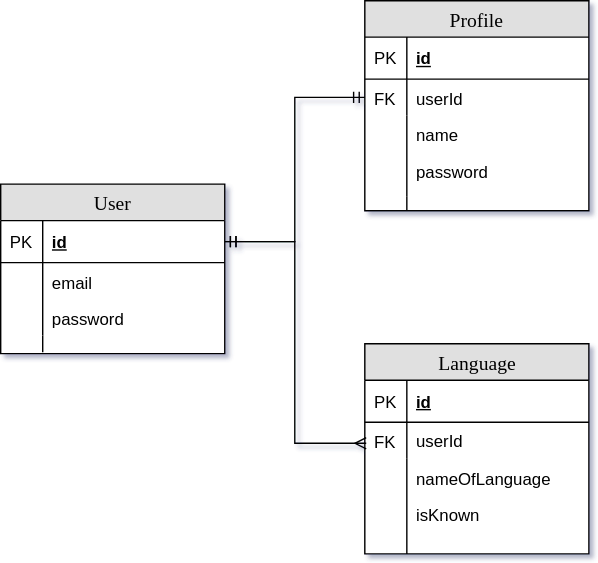
Earlier version of the draw.io export Langder ER.svg (Rahul-Lal/boilerplate-knex). Source tidied: cells renumbered, new cells last; positions are measured from the earlier drawing's top-left corner, leaving out a move shared by most shapes.
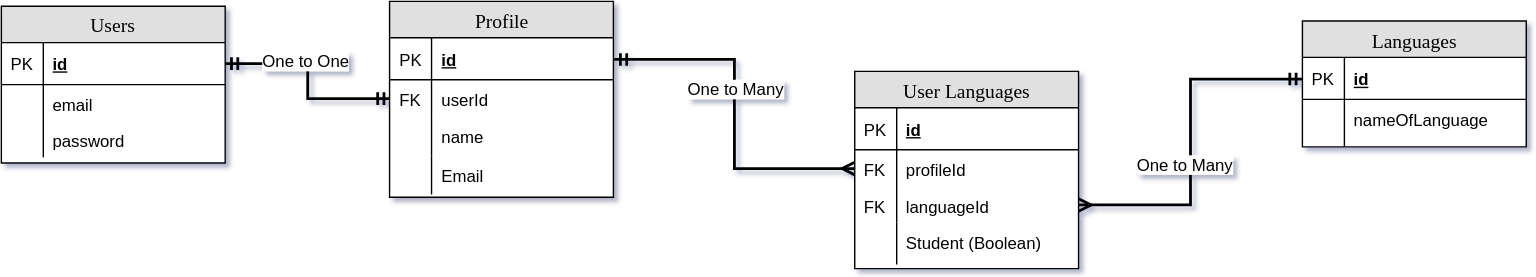
The same file after the commit.

Change to the diagram source:
```diff
@@ -2,8 +2,8 @@
   <root>
     <mxCell id="0" />
     <mxCell id="1" parent="0" />
-    <mxCell id="2" value="User" style="swimlane;html=1;fontStyle=0;horizontal=1;startSize=26;fillColor=#e0e0e0;swimlaneFillColor=#ffffff;align=center;rounded=0;shadow=0;comic=0;labelBackgroundColor=none;strokeColor=#000000;strokeWidth=1;fontFamily=Verdana;fontSize=14;fontColor=#000000;swimlaneLine=1;" parent="1" vertex="1">
-      <mxGeometry y="131" width="160" height="121" as="geometry" />
+    <mxCell id="2" value="Users" style="swimlane;html=1;fontStyle=0;horizontal=1;startSize=26;fillColor=#e0e0e0;swimlaneFillColor=#ffffff;align=center;rounded=0;shadow=0;comic=0;labelBackgroundColor=none;strokeColor=#000000;strokeWidth=1;fontFamily=Verdana;fontSize=14;fontColor=#000000;swimlaneLine=1;" parent="1" vertex="1">
+      <mxGeometry x="-1288" y="54" width="160" height="112" as="geometry" />
     </mxCell>
     <mxCell id="3" value="id" style="shape=partialRectangle;top=0;left=0;right=0;bottom=1;html=1;align=left;verticalAlign=middle;fillColor=none;spacingLeft=34;spacingRight=4;whiteSpace=wrap;overflow=hidden;points=[[0,0.5],[1,0.5]];portConstraint=eastwest;fontStyle=5;" parent="2" vertex="1">
       <mxGeometry y="26" width="160" height="30" as="geometry" />
@@ -23,14 +23,8 @@
     <mxCell id="8" style="shape=partialRectangle;top=0;left=0;bottom=0;html=1;fillColor=none;align=left;verticalAlign=top;spacingLeft=4;spacingRight=4;whiteSpace=wrap;overflow=hidden;" parent="7" vertex="1">
       <mxGeometry width="30" height="26" as="geometry" />
     </mxCell>
-    <mxCell id="9" style="shape=partialRectangle;top=0;left=0;right=0;bottom=0;html=1;align=left;verticalAlign=top;fillColor=none;spacingLeft=34;spacingRight=4;whiteSpace=wrap;overflow=hidden;" parent="2" vertex="1">
-      <mxGeometry y="108" width="160" height="12" as="geometry" />
-    </mxCell>
-    <mxCell id="10" style="shape=partialRectangle;top=0;left=0;bottom=0;html=1;fillColor=none;align=left;verticalAlign=top;spacingLeft=4;spacingRight=4;whiteSpace=wrap;overflow=hidden;" parent="9" vertex="1">
-      <mxGeometry width="30" height="12" as="geometry" />
-    </mxCell>
-    <mxCell id="11" value="Profile" style="swimlane;html=1;fontStyle=0;horizontal=1;startSize=26;fillColor=#e0e0e0;swimlaneFillColor=#ffffff;align=center;rounded=0;shadow=0;comic=0;labelBackgroundColor=none;strokeColor=#000000;strokeWidth=1;fontFamily=Verdana;fontSize=14;fontColor=#000000;" parent="1" vertex="1">
-      <mxGeometry x="260" width="160" height="150" as="geometry" />
+    <mxCell id="11" value="User Languages" style="swimlane;html=1;fontStyle=0;horizontal=1;startSize=26;fillColor=#e0e0e0;swimlaneFillColor=#ffffff;align=center;rounded=0;shadow=0;comic=0;labelBackgroundColor=none;strokeColor=#000000;strokeWidth=1;fontFamily=Verdana;fontSize=14;fontColor=#000000;" parent="1" vertex="1">
+      <mxGeometry x="-678" y="100.5" width="160" height="141" as="geometry" />
     </mxCell>
     <mxCell id="12" value="id" style="shape=partialRectangle;top=0;left=0;right=0;bottom=1;html=1;align=left;verticalAlign=middle;fillColor=none;spacingLeft=34;spacingRight=4;whiteSpace=wrap;overflow=hidden;fontStyle=5;" parent="11" vertex="1">
       <mxGeometry y="26" width="160" height="30" as="geometry" />
@@ -38,32 +32,26 @@
     <mxCell id="13" value="PK" style="shape=partialRectangle;top=0;left=0;bottom=0;html=1;fillColor=none;align=left;verticalAlign=middle;spacingLeft=4;spacingRight=4;whiteSpace=wrap;overflow=hidden;" parent="12" vertex="1">
       <mxGeometry width="30" height="30" as="geometry" />
     </mxCell>
-    <mxCell id="14" value="userId" style="shape=partialRectangle;top=0;left=0;right=0;bottom=0;html=1;align=left;verticalAlign=top;fillColor=none;spacingLeft=34;spacingRight=4;whiteSpace=wrap;overflow=hidden;points=[[0,0.5],[1,0.5]];portConstraint=eastwest;strokeColor=#000000;" parent="11" vertex="1">
+    <mxCell id="14" value="profileId" style="shape=partialRectangle;top=0;left=0;right=0;bottom=0;html=1;align=left;verticalAlign=top;fillColor=none;spacingLeft=34;spacingRight=4;whiteSpace=wrap;overflow=hidden;points=[[0,0.5],[1,0.5]];portConstraint=eastwest;strokeColor=#000000;" parent="11" vertex="1">
       <mxGeometry y="56" width="160" height="26" as="geometry" />
     </mxCell>
     <mxCell id="15" value="FK" style="shape=partialRectangle;top=0;left=0;bottom=0;html=1;fillColor=none;align=left;verticalAlign=top;spacingLeft=4;spacingRight=4;whiteSpace=wrap;overflow=hidden;" parent="14" vertex="1">
       <mxGeometry width="30" height="26" as="geometry" />
     </mxCell>
-    <mxCell id="16" value="name" style="shape=partialRectangle;top=0;left=0;right=0;bottom=0;html=1;align=left;verticalAlign=top;fillColor=none;spacingLeft=34;spacingRight=4;whiteSpace=wrap;overflow=hidden;strokeColor=#000000;" parent="11" vertex="1">
-      <mxGeometry y="82" width="160" height="26" as="geometry" />
-    </mxCell>
-    <mxCell id="17" style="shape=partialRectangle;top=0;left=0;bottom=0;html=1;fillColor=none;align=left;verticalAlign=top;spacingLeft=4;spacingRight=4;whiteSpace=wrap;overflow=hidden;" parent="16" vertex="1">
-      <mxGeometry width="30" height="26" as="geometry" />
-    </mxCell>
-    <mxCell id="18" value="password" style="shape=partialRectangle;top=0;left=0;right=0;bottom=0;html=1;align=left;verticalAlign=top;fillColor=none;spacingLeft=34;spacingRight=4;whiteSpace=wrap;overflow=hidden;strokeColor=#000000;" parent="11" vertex="1">
-      <mxGeometry y="108" width="160" height="32" as="geometry" />
-    </mxCell>
-    <mxCell id="19" style="shape=partialRectangle;top=0;left=0;bottom=0;html=1;fillColor=none;align=left;verticalAlign=top;spacingLeft=4;spacingRight=4;whiteSpace=wrap;overflow=hidden;" parent="18" vertex="1">
-      <mxGeometry width="30" height="32" as="geometry" />
-    </mxCell>
-    <mxCell id="20" style="shape=partialRectangle;top=0;left=0;right=0;bottom=0;html=1;align=left;verticalAlign=top;fillColor=none;spacingLeft=34;spacingRight=4;whiteSpace=wrap;overflow=hidden;" parent="11" vertex="1">
-      <mxGeometry y="140" width="160" height="10" as="geometry" />
-    </mxCell>
-    <mxCell id="21" style="shape=partialRectangle;top=0;left=0;bottom=0;html=1;fillColor=none;align=left;verticalAlign=top;spacingLeft=4;spacingRight=4;whiteSpace=wrap;overflow=hidden;" parent="20" vertex="1">
-      <mxGeometry width="30" height="10" as="geometry" />
-    </mxCell>
+    <mxCell id="35" value="languageId" style="shape=partialRectangle;top=0;left=0;right=0;bottom=0;html=1;align=left;verticalAlign=top;fillColor=none;spacingLeft=34;spacingRight=4;whiteSpace=wrap;overflow=hidden;points=[[0,0.5],[1,0.5]];portConstraint=eastwest;strokeColor=#000000;" parent="11" vertex="1">
+      <mxGeometry y="82" width="160" height="26" as="geometry" />
+    </mxCell>
+    <mxCell id="36" value="FK" style="shape=partialRectangle;top=0;left=0;bottom=0;html=1;fillColor=none;align=left;verticalAlign=top;spacingLeft=4;spacingRight=4;whiteSpace=wrap;overflow=hidden;" parent="35" vertex="1">
+      <mxGeometry width="30" height="26" as="geometry" />
+    </mxCell>
+    <mxCell id="37" value="Student (Boolean)" style="shape=partialRectangle;top=0;left=0;right=0;bottom=0;html=1;align=left;verticalAlign=top;fillColor=none;spacingLeft=34;spacingRight=4;whiteSpace=wrap;overflow=hidden;strokeColor=#000000;" parent="11" vertex="1">
+      <mxGeometry y="108" width="160" height="30" as="geometry" />
+    </mxCell>
+    <mxCell id="38" style="shape=partialRectangle;top=0;left=0;bottom=0;html=1;fillColor=none;align=left;verticalAlign=top;spacingLeft=4;spacingRight=4;whiteSpace=wrap;overflow=hidden;" parent="37" vertex="1">
+      <mxGeometry width="30" height="30" as="geometry" />
+    </mxCell>
-    <mxCell id="22" value="Language" style="swimlane;html=1;fontStyle=0;horizontal=1;startSize=26;fillColor=#e0e0e0;swimlaneFillColor=#ffffff;align=center;rounded=0;shadow=0;comic=0;labelBackgroundColor=none;strokeColor=#000000;strokeWidth=1;fontFamily=Verdana;fontSize=14;fontColor=#000000;" parent="1" vertex="1">
-      <mxGeometry x="260" y="245" width="160" height="150" as="geometry" />
+    <mxCell id="22" value="Languages" style="swimlane;html=1;fontStyle=0;horizontal=1;startSize=26;fillColor=#e0e0e0;swimlaneFillColor=#ffffff;align=center;rounded=0;shadow=0;comic=0;labelBackgroundColor=none;strokeColor=#000000;strokeWidth=1;fontFamily=Verdana;fontSize=14;fontColor=#000000;" parent="1" vertex="1">
+      <mxGeometry x="-358" y="64.5" width="160" height="90" as="geometry" />
     </mxCell>
     <mxCell id="23" value="id" style="shape=partialRectangle;top=0;left=0;right=0;bottom=1;html=1;align=left;verticalAlign=middle;fillColor=none;spacingLeft=34;spacingRight=4;whiteSpace=wrap;overflow=hidden;points=[[0,0.5],[1,0.5]];portConstraint=eastwest;fontStyle=5;" parent="22" vertex="1">
       <mxGeometry y="26" width="160" height="30" as="geometry" />
@@ -71,35 +59,63 @@
     <mxCell id="24" value="PK" style="shape=partialRectangle;top=0;left=0;bottom=0;html=1;fillColor=none;align=left;verticalAlign=middle;spacingLeft=4;spacingRight=4;whiteSpace=wrap;overflow=hidden;" parent="23" vertex="1">
       <mxGeometry width="30" height="30" as="geometry" />
     </mxCell>
-    <mxCell id="25" value="userId" style="shape=partialRectangle;top=0;left=0;right=0;bottom=0;html=1;align=left;verticalAlign=middle;fillColor=none;spacingLeft=34;spacingRight=4;whiteSpace=wrap;overflow=hidden;points=[[0,0.5],[1,0.5]];portConstraint=eastwest;strokeColor=#000000;perimeterSpacing=7;fontStyle=0;" parent="22" vertex="1">
-      <mxGeometry y="56" width="160" height="26" as="geometry" />
-    </mxCell>
-    <mxCell id="26" value="FK" style="shape=partialRectangle;top=0;left=0;bottom=0;html=1;fillColor=none;align=left;verticalAlign=top;spacingLeft=4;spacingRight=4;whiteSpace=wrap;overflow=hidden;" parent="25" vertex="1">
-      <mxGeometry width="30" height="26" as="geometry" />
-    </mxCell>
     <mxCell id="27" value="nameOfLanguage" style="shape=partialRectangle;top=0;left=0;right=0;bottom=0;html=1;align=left;verticalAlign=top;fillColor=none;spacingLeft=34;spacingRight=4;whiteSpace=wrap;overflow=hidden;strokeColor=#000000;" parent="22" vertex="1">
-      <mxGeometry y="82" width="160" height="26" as="geometry" />
+      <mxGeometry y="56" width="160" height="34" as="geometry" />
     </mxCell>
     <mxCell id="28" style="shape=partialRectangle;top=0;left=0;bottom=0;html=1;fillColor=none;align=left;verticalAlign=top;spacingLeft=4;spacingRight=4;whiteSpace=wrap;overflow=hidden;" parent="27" vertex="1">
-      <mxGeometry width="30" height="26" as="geometry" />
+      <mxGeometry width="30" height="34" as="geometry" />
     </mxCell>
-    <mxCell id="29" value="isKnown" style="shape=partialRectangle;top=0;left=0;right=0;bottom=0;html=1;align=left;verticalAlign=top;fillColor=none;spacingLeft=34;spacingRight=4;whiteSpace=wrap;overflow=hidden;strokeColor=#000000;" parent="22" vertex="1">
-      <mxGeometry y="108" width="160" height="32" as="geometry" />
-    </mxCell>
-    <mxCell id="30" style="shape=partialRectangle;top=0;left=0;bottom=0;html=1;fillColor=none;align=left;verticalAlign=top;spacingLeft=4;spacingRight=4;whiteSpace=wrap;overflow=hidden;" parent="29" vertex="1">
-      <mxGeometry width="30" height="32" as="geometry" />
-    </mxCell>
-    <mxCell id="31" style="shape=partialRectangle;top=0;left=0;right=0;bottom=0;html=1;align=left;verticalAlign=top;fillColor=none;spacingLeft=34;spacingRight=4;whiteSpace=wrap;overflow=hidden;" parent="22" vertex="1">
-      <mxGeometry y="140" width="160" height="10" as="geometry" />
-    </mxCell>
-    <mxCell id="32" style="shape=partialRectangle;top=0;left=0;bottom=0;html=1;fillColor=none;align=left;verticalAlign=top;spacingLeft=4;spacingRight=4;whiteSpace=wrap;overflow=hidden;" parent="31" vertex="1">
-      <mxGeometry width="30" height="10" as="geometry" />
-    </mxCell>
-    <mxCell id="33" style="edgeStyle=orthogonalEdgeStyle;rounded=0;jettySize=auto;html=1;exitX=1;exitY=0.5;exitDx=0;exitDy=0;entryX=0;entryY=0.5;entryDx=0;entryDy=0;endArrow=ERmandOne;endFill=0;startArrow=ERmandOne;startFill=0;" parent="1" edge="1" source="3" target="14">
+    <mxCell id="33" style="edgeStyle=orthogonalEdgeStyle;rounded=0;jettySize=auto;html=1;exitX=1;exitY=0.5;exitDx=0;exitDy=0;entryX=0;entryY=0.5;entryDx=0;entryDy=0;endArrow=ERmandOne;endFill=0;startArrow=ERmandOne;startFill=0;strokeWidth=2;" parent="1" edge="1" source="3" target="25">
       <mxGeometry relative="1" as="geometry" />
     </mxCell>
-    <mxCell id="34" style="edgeStyle=orthogonalEdgeStyle;rounded=0;jettySize=auto;html=1;exitX=1;exitY=0.5;exitDx=0;exitDy=0;entryX=0.046;entryY=0.55;entryDx=0;entryDy=0;startArrow=ERmandOne;startFill=0;endArrow=ERmany;endFill=0;entryPerimeter=0;" parent="1" edge="1" source="3" target="25">
-      <mxGeometry relative="1" as="geometry" />
-    </mxCell>
+    <mxCell id="39" value="One to One" style="text;html=1;align=center;verticalAlign=middle;labelBackgroundColor=#ffffff;" parent="33" vertex="1">
+      <mxGeometry x="-0.2" y="3" relative="1" as="geometry" />
+    </mxCell>
+    <mxCell id="40" style="edgeStyle=orthogonalEdgeStyle;rounded=0;jettySize=auto;html=1;exitX=1;exitY=0.5;exitDx=0;exitDy=0;entryX=0;entryY=0.5;entryDx=0;entryDy=0;startArrow=ERmany;startFill=0;endArrow=ERmandOne;endFill=0;strokeWidth=2;" parent="1" edge="1" source="35" target="23">
+      <mxGeometry relative="1" as="geometry" />
+    </mxCell>
+    <mxCell id="41" value="One to Many" style="text;html=1;align=center;verticalAlign=middle;labelBackgroundColor=#ffffff;" parent="40" vertex="1">
+      <mxGeometry x="-0.12" y="4" relative="1" as="geometry" />
+    </mxCell>
+    <mxCell id="42" value="Profile" style="swimlane;html=1;fontStyle=0;horizontal=1;startSize=26;fillColor=#e0e0e0;swimlaneFillColor=#ffffff;align=center;rounded=0;shadow=0;comic=0;labelBackgroundColor=none;strokeColor=#000000;strokeWidth=1;fontFamily=Verdana;fontSize=14;fontColor=#000000;" parent="1" vertex="1">
+      <mxGeometry x="-1010.5" y="50.5" width="160" height="140" as="geometry" />
+    </mxCell>
+    <mxCell id="43" value="id" style="shape=partialRectangle;top=0;left=0;right=0;bottom=1;html=1;align=left;verticalAlign=middle;fillColor=none;spacingLeft=34;spacingRight=4;whiteSpace=wrap;overflow=hidden;points=[[0,0.5],[1,0.5]];portConstraint=eastwest;fontStyle=5;" parent="42" vertex="1">
+      <mxGeometry y="26" width="160" height="30" as="geometry" />
+    </mxCell>
+    <mxCell id="44" value="PK" style="shape=partialRectangle;top=0;left=0;bottom=0;html=1;fillColor=none;align=left;verticalAlign=middle;spacingLeft=4;spacingRight=4;whiteSpace=wrap;overflow=hidden;" parent="43" vertex="1">
+      <mxGeometry width="30" height="30" as="geometry" />
+    </mxCell>
+    <mxCell id="25" value="userId" style="shape=partialRectangle;top=0;left=0;right=0;bottom=0;html=1;align=left;verticalAlign=top;fillColor=none;spacingLeft=34;spacingRight=4;whiteSpace=wrap;overflow=hidden;points=[[0,0.5],[1,0.5]];portConstraint=eastwest;strokeColor=#000000;" parent="42" vertex="1">
+      <mxGeometry y="56" width="160" height="26" as="geometry" />
+    </mxCell>
+    <mxCell id="45" value="FK" style="shape=partialRectangle;top=0;left=0;bottom=0;html=1;fillColor=none;align=left;verticalAlign=top;spacingLeft=4;spacingRight=4;whiteSpace=wrap;overflow=hidden;" parent="25" vertex="1">
+      <mxGeometry width="30" height="26" as="geometry" />
+    </mxCell>
+    <mxCell id="16" value="name" style="shape=partialRectangle;top=0;left=0;right=0;bottom=0;html=1;align=left;verticalAlign=top;fillColor=none;spacingLeft=34;spacingRight=4;whiteSpace=wrap;overflow=hidden;strokeColor=#000000;" parent="42" vertex="1">
+      <mxGeometry y="82" width="160" height="28" as="geometry" />
+    </mxCell>
+    <mxCell id="46" style="shape=partialRectangle;top=0;left=0;bottom=0;html=1;fillColor=none;align=left;verticalAlign=top;spacingLeft=4;spacingRight=4;whiteSpace=wrap;overflow=hidden;" parent="16" vertex="1">
+      <mxGeometry width="30" height="28" as="geometry" />
+    </mxCell>
+    <mxCell id="47" value="Email" style="shape=partialRectangle;top=0;left=0;right=0;bottom=0;html=1;align=left;verticalAlign=top;fillColor=none;spacingLeft=34;spacingRight=4;whiteSpace=wrap;overflow=hidden;strokeColor=#000000;" parent="42" vertex="1">
+      <mxGeometry y="110" width="160" height="28" as="geometry" />
+    </mxCell>
+    <mxCell id="48" style="shape=partialRectangle;top=0;left=0;bottom=0;html=1;fillColor=none;align=left;verticalAlign=top;spacingLeft=4;spacingRight=4;whiteSpace=wrap;overflow=hidden;" parent="47" vertex="1">
+      <mxGeometry width="30" height="28" as="geometry" />
+    </mxCell>
+    <mxCell id="49" style="edgeStyle=orthogonalEdgeStyle;rounded=0;jettySize=auto;html=1;exitX=1;exitY=0.5;exitDx=0;exitDy=0;entryX=0;entryY=0.5;entryDx=0;entryDy=0;startArrow=ERmandOne;startFill=0;endArrow=ERmany;endFill=0;strokeWidth=2;" parent="1" edge="1" source="43" target="14">
+      <mxGeometry relative="1" as="geometry">
+        <Array as="points">
+          <mxPoint x="-764" y="92" />
+          <mxPoint x="-764" y="170" />
+        </Array>
+      </mxGeometry>
+    </mxCell>
+    <mxCell id="50" value="One to Many" style="text;html=1;align=center;verticalAlign=middle;labelBackgroundColor=#ffffff;" parent="49" vertex="1">
+      <mxGeometry x="-0.31" y="-20" relative="1" as="geometry">
+        <mxPoint x="21" y="20" as="offset" />
+      </mxGeometry>
+    </mxCell>
   </root>
 </mxGraphModel>
```
